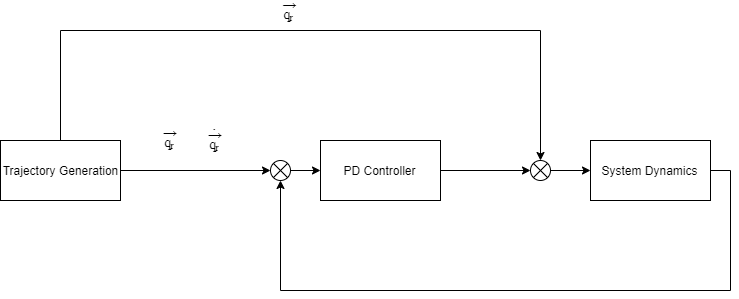
This is images/systemblockdiagram.png from choyai/jumping-robot, a draw.io export, as it was before one commit. Source tidied: cells renumbered, new cells last; positions are measured from the earlier drawing's top-left corner, leaving out a move shared by most shapes.
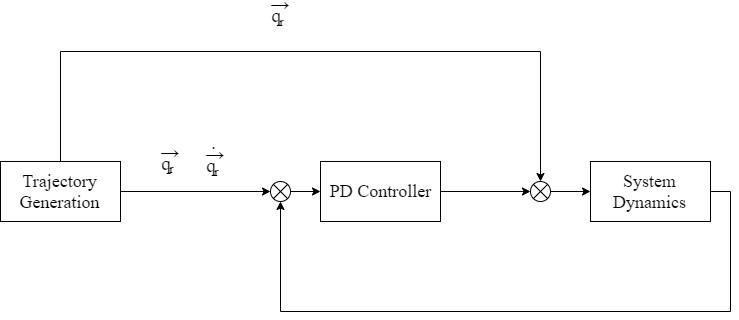
Above is the later version.

Commit message:
corrected diagram

Change to the diagram source:
```diff
@@ -2,7 +2,7 @@
   <root>
     <mxCell id="0" />
     <mxCell id="1" parent="0" />
-    <mxCell id="2" value="System Dynamics" style="rounded=0;whiteSpace=wrap;html=1;" parent="1" vertex="1">
+    <mxCell id="2" value="&lt;font face=&quot;Computer Modern&quot; style=&quot;font-size: 18px&quot;&gt;System Dynamics&lt;/font&gt;" style="rounded=0;whiteSpace=wrap;html=1;" parent="1" vertex="1">
       <mxGeometry x="590" y="140" width="120" height="60" as="geometry" />
     </mxCell>
     <mxCell id="3" style="edgeStyle=orthogonalEdgeStyle;rounded=0;jettySize=auto;html=1;entryX=0;entryY=0.5;entryDx=0;entryDy=0;" parent="1" edge="1" source="5" target="13">
@@ -16,23 +16,23 @@
         </Array>
       </mxGeometry>
     </mxCell>
-    <mxCell id="5" value="Trajectory Generation" style="rounded=0;whiteSpace=wrap;html=1;" parent="1" vertex="1">
+    <mxCell id="5" value="&lt;font face=&quot;Computer Modern&quot; style=&quot;font-size: 18px&quot;&gt;Trajectory Generation&lt;/font&gt;" style="rounded=0;whiteSpace=wrap;html=1;" parent="1" vertex="1">
       <mxGeometry y="140" width="120" height="60" as="geometry" />
     </mxCell>
     <mxCell id="6" style="edgeStyle=orthogonalEdgeStyle;rounded=0;jettySize=auto;html=1;entryX=0;entryY=0.5;entryDx=0;entryDy=0;" parent="1" edge="1" source="7" target="15">
       <mxGeometry relative="1" as="geometry" />
     </mxCell>
-    <mxCell id="7" value="PD Controller" style="rounded=0;whiteSpace=wrap;html=1;" parent="1" vertex="1">
+    <mxCell id="7" value="&lt;font face=&quot;Computer Modern&quot; style=&quot;font-size: 18px&quot;&gt;PD Controller&lt;/font&gt;" style="rounded=0;whiteSpace=wrap;html=1;" parent="1" vertex="1">
       <mxGeometry x="320" y="140" width="120" height="60" as="geometry" />
     </mxCell>
-    <mxCell id="8" value="$$\ddot{\vec{q_{r}}}$$" style="text;html=1;strokeColor=none;fillColor=none;align=center;verticalAlign=middle;whiteSpace=wrap;rounded=0;" parent="1" vertex="1">
-      <mxGeometry x="270" width="40" height="20" as="geometry" />
+    <mxCell id="8" value="&lt;font face=&quot;Computer Modern&quot; style=&quot;font-size: 18px&quot;&gt;$$\ddot{\vec{q_{r}}}$$&lt;/font&gt;" style="text;html=1;strokeColor=none;fillColor=none;align=center;verticalAlign=middle;whiteSpace=wrap;rounded=0;" parent="1" vertex="1">
+      <mxGeometry x="260" y="-20" width="40" height="20" as="geometry" />
     </mxCell>
-    <mxCell id="9" value="$$\dot{\vec{q_{r}}}$$" style="text;html=1;align=center;verticalAlign=middle;" parent="1" vertex="1">
-      <mxGeometry x="150" y="130" width="130" height="20" as="geometry" />
+    <mxCell id="9" value="&lt;font face=&quot;Computer Modern&quot; style=&quot;font-size: 18px&quot;&gt;$$\dot{\vec{q_{r}}}$$&lt;/font&gt;" style="text;html=1;align=center;verticalAlign=middle;" parent="1" vertex="1">
+      <mxGeometry x="120" y="130" width="190" height="20" as="geometry" />
     </mxCell>
-    <mxCell id="10" value="$$\vec{q_{r}}$$" style="text;html=1;align=center;verticalAlign=middle;" parent="1" vertex="1">
-      <mxGeometry x="120" y="130" width="100" height="20" as="geometry" />
+    <mxCell id="10" value="&lt;font face=&quot;Computer Modern&quot; style=&quot;font-size: 18px&quot;&gt;$$\vec{q_{r}}$$&lt;/font&gt;" style="text;html=1;align=center;verticalAlign=middle;" parent="1" vertex="1">
+      <mxGeometry x="100" y="130" width="140" height="20" as="geometry" />
     </mxCell>
     <mxCell id="11" style="edgeStyle=orthogonalEdgeStyle;rounded=0;jettySize=auto;html=1;" parent="1" edge="1" source="13" target="7">
       <mxGeometry relative="1" as="geometry" />
```
